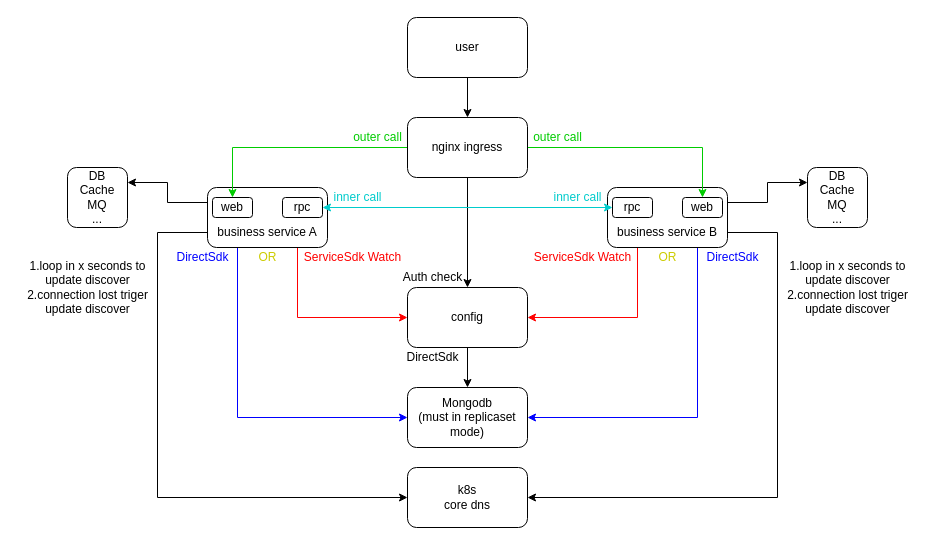
Earlier version of the draw.io diagram Corelib.drawio (chenjie199234/Corelib). Source tidied: cells renumbered, new cells numbered last; positions are measured from the earlier drawing's top-left corner, leaving out a move shared by most shapes. Both pictures are drawn from the tidied source at 100%, with x=0, y=0 at pixel (17, 17).
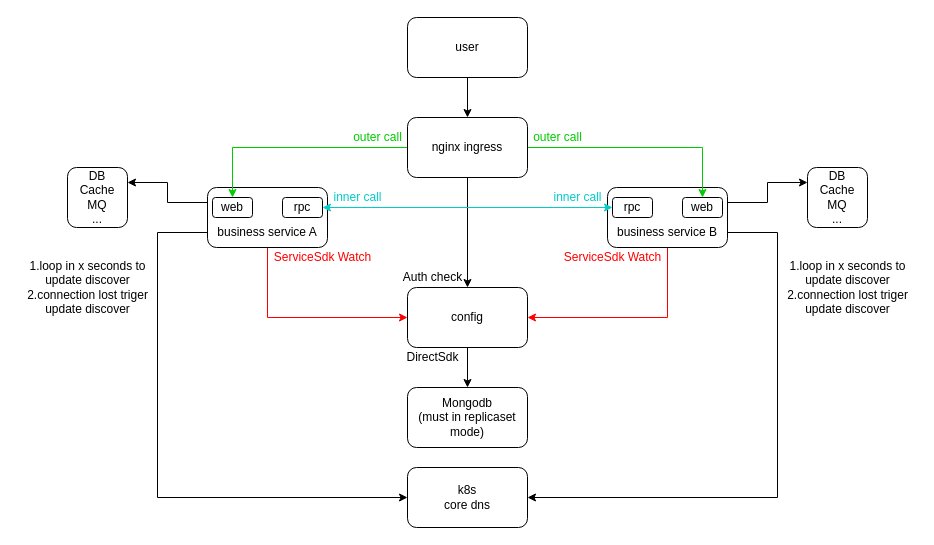
After the change.

Unchanged cells that the change refers to:
```xml
<mxCell id="2" value="Mongodb&lt;br&gt;(must in replicaset mode)" style="rounded=1;whiteSpace=wrap;html=1;" parent="1" vertex="1">
  <mxGeometry x="390" y="370" width="120" height="60" as="geometry" />
</mxCell>
<mxCell id="4" value="config" style="rounded=1;whiteSpace=wrap;html=1;" parent="1" vertex="1">
  <mxGeometry x="390" y="270" width="120" height="60" as="geometry" />
</mxCell>
<mxCell id="10" value="&lt;br&gt;&lt;br&gt;business service A" style="rounded=1;whiteSpace=wrap;html=1;" parent="1" vertex="1">
  <mxGeometry x="190" y="170" width="120" height="60" as="geometry" />
</mxCell>
<mxCell id="15" value="&lt;br&gt;&lt;br&gt;business service B" style="rounded=1;whiteSpace=wrap;html=1;" parent="1" vertex="1">
  <mxGeometry x="590" y="170" width="120" height="60" as="geometry" />
</mxCell>
```

What changed in the source:
```diff
@@
-    <mxCell id="6" style="edgeStyle=orthogonalEdgeStyle;rounded=0;jettySize=auto;html=1;exitX=0.75;exitY=1;exitDx=0;exitDy=0;entryX=0;entryY=0.5;entryDx=0;entryDy=0;fontColor=#FF0000;strokeColor=#FF0000;" parent="1" edge="1" source="10" target="4">
+    <mxCell id="6" style="edgeStyle=orthogonalEdgeStyle;rounded=0;jettySize=auto;html=1;exitX=0.5;exitY=1;exitDx=0;exitDy=0;entryX=0;entryY=0.5;entryDx=0;entryDy=0;fontColor=#FF0000;strokeColor=#FF0000;" parent="1" edge="1" source="10" target="4">
       <mxGeometry relative="1" as="geometry" />
     </mxCell>
-    <mxCell id="7" style="edgeStyle=orthogonalEdgeStyle;rounded=0;jettySize=auto;html=1;exitX=0.25;exitY=1;exitDx=0;exitDy=0;entryX=0;entryY=0.5;entryDx=0;entryDy=0;fontColor=#FF0000;strokeColor=#0000FF;" parent="1" edge="1" source="10" target="2">
-      <mxGeometry relative="1" as="geometry" />
-    </mxCell>
@@
-    <mxCell id="11" style="edgeStyle=orthogonalEdgeStyle;rounded=0;jettySize=auto;html=1;exitX=0.25;exitY=1;exitDx=0;exitDy=0;entryX=1;entryY=0.5;entryDx=0;entryDy=0;fontColor=#FF0000;strokeColor=#FF0000;" parent="1" edge="1" source="15" target="4">
+    <mxCell id="11" style="edgeStyle=orthogonalEdgeStyle;rounded=0;jettySize=auto;html=1;exitX=0.5;exitY=1;exitDx=0;exitDy=0;entryX=1;entryY=0.5;entryDx=0;entryDy=0;fontColor=#FF0000;strokeColor=#FF0000;" parent="1" edge="1" source="15" target="4">
       <mxGeometry relative="1" as="geometry" />
     </mxCell>
-    <mxCell id="12" style="edgeStyle=orthogonalEdgeStyle;rounded=0;jettySize=auto;html=1;exitX=0.75;exitY=1;exitDx=0;exitDy=0;entryX=1;entryY=0.5;entryDx=0;entryDy=0;fontColor=#FF0000;strokeColor=#0000FF;" parent="1" edge="1" source="15" target="2">
-      <mxGeometry relative="1" as="geometry" />
-    </mxCell>
@@
     <mxCell id="16" value="&lt;font color=&quot;#ff0000&quot;&gt;ServiceSdk Watch&lt;/font&gt;" style="text;html=1;align=center;verticalAlign=middle;strokeColor=none;fillColor=none;" parent="1" vertex="1">
-      <mxGeometry x="280" y="230" width="110" height="20" as="geometry" />
+      <mxGeometry x="250" y="230" width="110" height="20" as="geometry" />
     </mxCell>
-    <mxCell id="17" value="&lt;font color=&quot;#0000ff&quot;&gt;DirectSdk&lt;/font&gt;" style="text;html=1;align=center;verticalAlign=middle;strokeColor=none;fillColor=none;" parent="1" vertex="1">
-      <mxGeometry x="680" y="230" width="70" height="20" as="geometry" />
-    </mxCell>
-    <mxCell id="18" value="&lt;font color=&quot;#0000ff&quot;&gt;DirectSdk&lt;/font&gt;" style="text;html=1;align=center;verticalAlign=middle;strokeColor=none;fillColor=none;" parent="1" vertex="1">
-      <mxGeometry x="150" y="230" width="70" height="20" as="geometry" />
-    </mxCell>
-    <mxCell id="19" value="&lt;font color=&quot;#cccc00&quot;&gt;OR&lt;/font&gt;" style="text;html=1;align=center;verticalAlign=middle;strokeColor=none;fillColor=none;fontColor=#0000FF;" parent="1" vertex="1">
-      <mxGeometry x="235" y="230" width="30" height="20" as="geometry" />
-    </mxCell>
-    <mxCell id="20" value="&lt;font color=&quot;#cccc00&quot;&gt;OR&lt;/font&gt;" style="text;html=1;align=center;verticalAlign=middle;strokeColor=none;fillColor=none;fontColor=#0000FF;" parent="1" vertex="1">
-      <mxGeometry x="635" y="230" width="30" height="20" as="geometry" />
-    </mxCell>
     <mxCell id="21" value="&lt;font color=&quot;#ff0000&quot;&gt;ServiceSdk Watch&lt;/font&gt;" style="text;html=1;align=center;verticalAlign=middle;strokeColor=none;fillColor=none;" parent="1" vertex="1">
-      <mxGeometry x="510" y="230" width="110" height="20" as="geometry" />
+      <mxGeometry x="540" y="230" width="110" height="20" as="geometry" />
     </mxCell>
```
